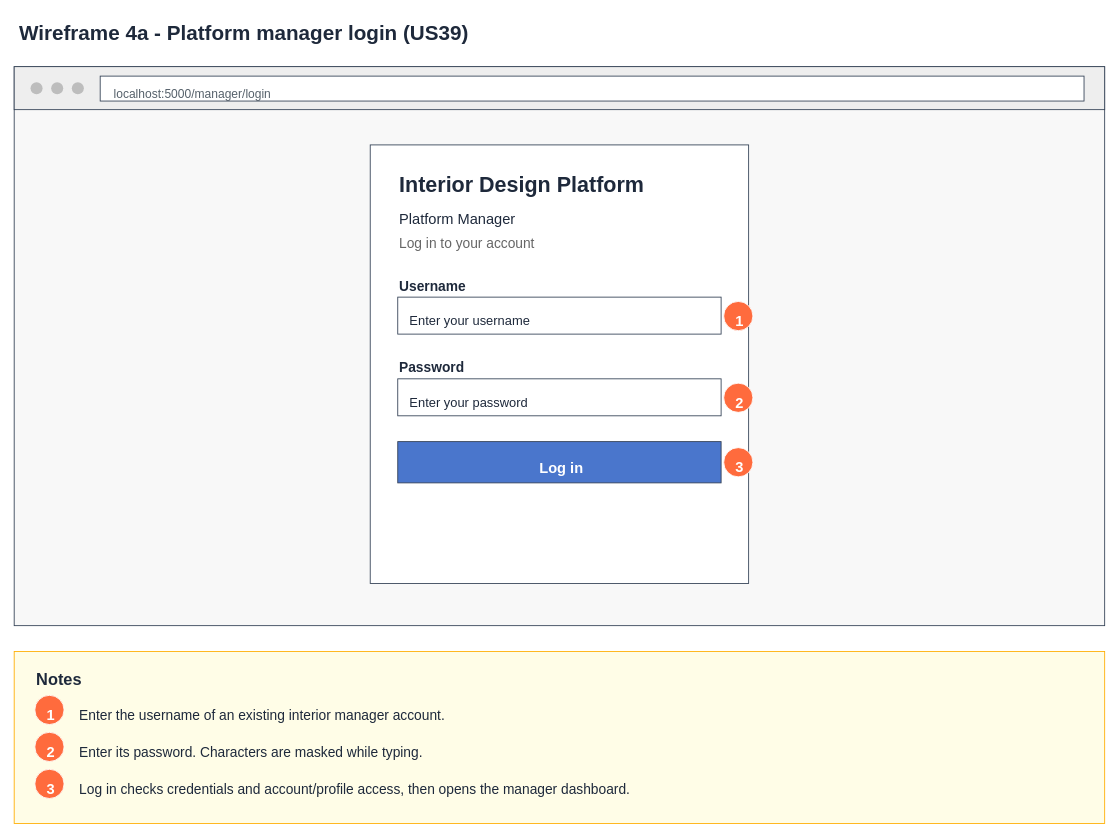
Hanzxc/CSIT314-ARCHSS keeps this draw.io diagram as page "4a Wireframe - Log in form" (2 of 7) of Sprint_2/US39 - Platform Manager Log in/US39 Platform manager log in.drawio. Above is the earlier version. Source tidied: cells renumbered, new cells numbered last; positions are measured from the earlier drawing's top-left corner, leaving out a move shared by most shapes. Both pictures are drawn from the tidied source at 86%, with x=0, y=0 at pixel (14, 14).
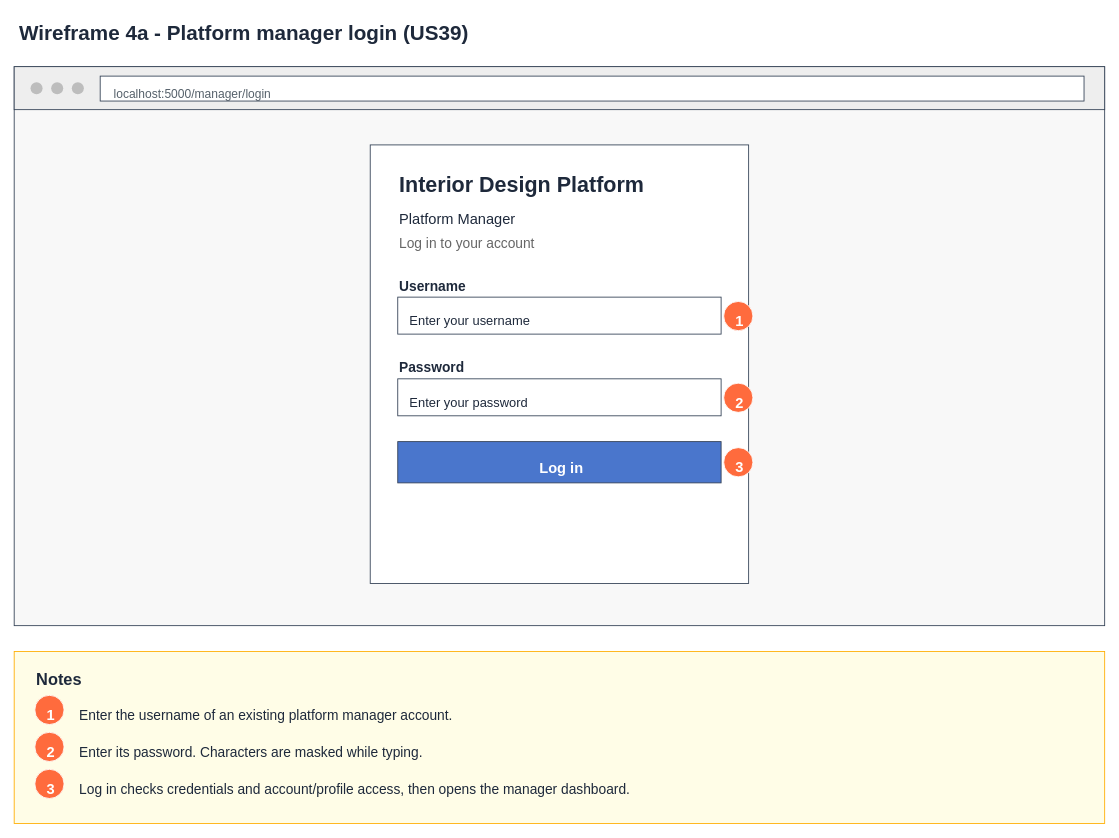
The same diagram, later.

Diff of the diagram source:
```diff
@@
-    <mxCell id="32" value="Enter the username of an existing interior manager account." style="text;html=0;align=left;verticalAlign=top;fontSize=16;fontStyle=0;fontColor=#1e293b;" parent="1" vertex="1">
+    <mxCell id="32" value="Enter the username of an existing platform manager account." style="text;html=0;align=left;verticalAlign=top;fontSize=16;fontStyle=0;fontColor=#1e293b;" parent="1" vertex="1">
       <mxGeometry x="74" y="799" width="1160" height="23" as="geometry" />
     </mxCell>
```
